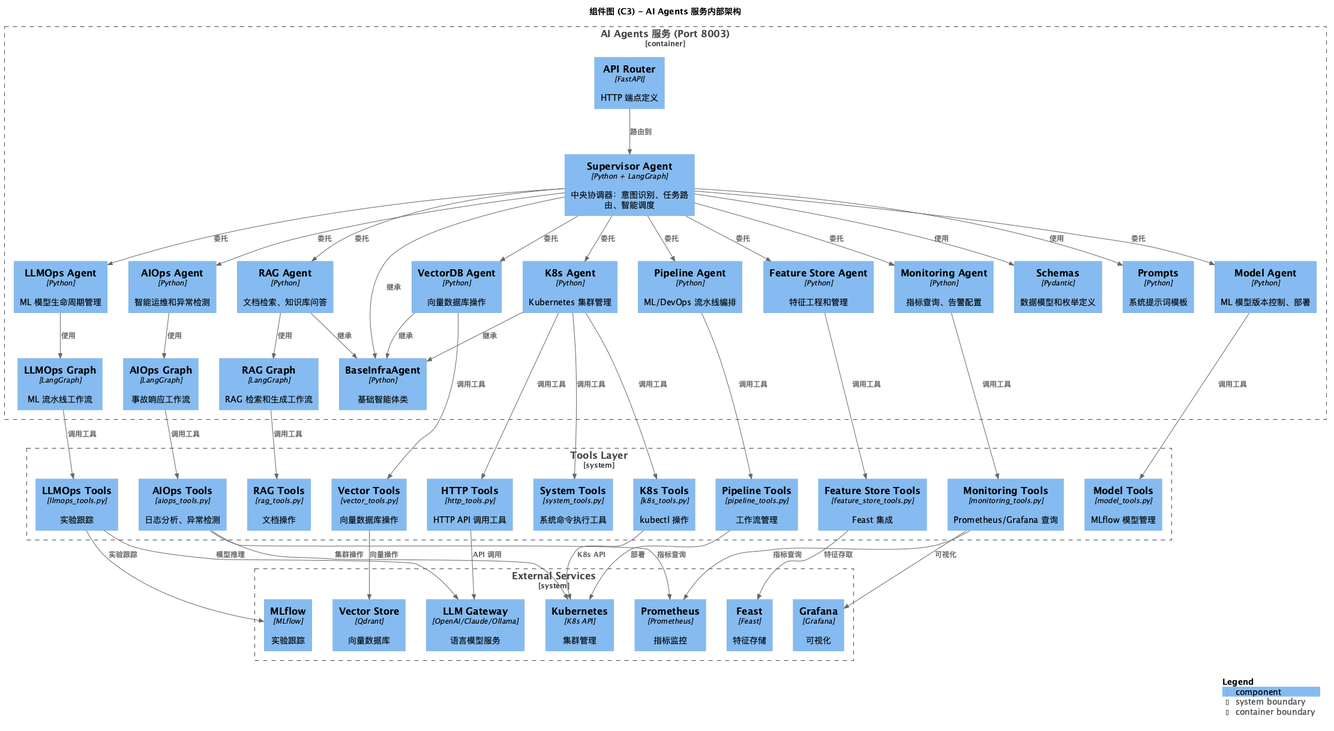
felixzhu97/explore-workspace keeps this PlantUML diagram as ai/docs/c4/png/C4-Component-AI-Agents.png. Above is the earlier version. Its diagram source:
```plantuml
@startuml C4-Component-AI-Agents
!include https://raw.githubusercontent.com/plantuml-stdlib/C4-PlantUML/master/C4_Component.puml

LAYOUT_WITH_LEGEND()

title 组件图 (C3) - AI Agents 服务内部架构

Container_Boundary(ai_agents, "AI Agents 服务 (Port 8003)") {

    Component(supervisor, "Supervisor Agent", "Python + LangGraph", "中央协调器：意图识别、任务路由、智能调度")

    Component(k8s_agent, "K8s Agent", "Python", "Kubernetes 集群管理")
    Component(vectordb_agent, "VectorDB Agent", "Python", "向量数据库操作")
    Component(rag_agent, "RAG Agent", "Python", "文档检索、知识库问答")
    Component(pipeline_agent, "Pipeline Agent", "Python", "ML/DevOps 流水线编排")
    Component(llmops_agent, "LLMOps Agent", "Python", "ML 模型生命周期管理")
    Component(aiops_agent, "AIOps Agent", "Python", "智能运维和异常检测")
    Component(feature_agent, "Feature Store Agent", "Python", "特征工程和管理")
    Component(monitoring_agent, "Monitoring Agent", "Python", "指标查询、告警配置")
    Component(model_agent, "Model Agent", "Python", "ML 模型版本控制、部署")

    Component(rag_graph, "RAG Graph", "LangGraph", "RAG 检索和生成工作流")
    Component(llmops_graph, "LLMOps Graph", "LangGraph", "ML 流水线工作流")
    Component(aiops_graph, "AIOps Graph", "LangGraph", "事故响应工作流")

    Component(schemas, "Schemas", "Pydantic", "数据模型和枚举定义")
    Component(prompts, "Prompts", "Python", "系统提示词模板")
    Component(base, "BaseInfraAgent", "Python", "基础智能体类")

    Component(api_router, "API Router", "FastAPI", "HTTP 端点定义")
}

System_Boundary(tools, "Tools Layer") {
    Component(http_tools, "HTTP Tools", "http_tools.py", "HTTP API 调用工具")
    Component(system_tools, "System Tools", "system_tools.py", "系统命令执行工具")
    Component(k8s_tools, "K8s Tools", "k8s_tools.py", "kubectl 操作")
    Component(vector_tools, "Vector Tools", "vector_tools.py", "向量数据库操作")
    Component(monitoring_tools, "Monitoring Tools", "monitoring_tools.py", "Prometheus/Grafana 查询")
    Component(model_tools, "Model Tools", "model_tools.py", "MLflow 模型管理")
    Component(llmops_tools, "LLMOps Tools", "llmops_tools.py", "实验跟踪")
    Component(aiops_tools, "AIOps Tools", "aiops_tools.py", "日志分析、异常检测")
    Component(rag_tools, "RAG Tools", "rag_tools.py", "文档操作")
    Component(pipeline_tools, "Pipeline Tools", "pipeline_tools.py", "工作流管理")
    Component(feature_tools, "Feature Store Tools", "feature_store_tools.py", "Feast 集成")
}

System_Boundary(external, "External Services") {
    Component(vector_store, "Vector Store", "Qdrant", "向量数据库")
    Component(llm_gateway, "LLM Gateway", "OpenAI/Claude/Ollama", "语言模型服务")
    Component(mlflow, "MLflow", "MLflow", "实验跟踪")
    Component(feast, "Feast", "Feast", "特征存储")
    Component(k8s_cluster, "Kubernetes", "K8s API", "集群管理")
    Component(prometheus, "Prometheus", "Prometheus", "指标监控")
    Component(grafana, "Grafana", "Grafana", "可视化")
}

Rel(supervisor, k8s_agent, "委托")
Rel(supervisor, vectordb_agent, "委托")
Rel(supervisor, rag_agent, "委托")
Rel(supervisor, pipeline_agent, "委托")
Rel(supervisor, llmops_agent, "委托")
Rel(supervisor, aiops_agent, "委托")
Rel(supervisor, feature_agent, "委托")
Rel(supervisor, monitoring_agent, "委托")
Rel(supervisor, model_agent, "委托")

Rel(rag_agent, rag_graph, "使用")
Rel(llmops_agent, llmops_graph, "使用")
Rel(aiops_agent, aiops_graph, "使用")

Rel(rag_graph, rag_tools, "调用工具")
Rel(llmops_graph, llmops_tools, "调用工具")
Rel(aiops_graph, aiops_tools, "调用工具")

Rel(k8s_agent, k8s_tools, "调用工具")
Rel(k8s_agent, system_tools, "调用工具")
Rel(k8s_agent, http_tools, "调用工具")
Rel(vectordb_agent, vector_tools, "调用工具")
Rel(monitoring_agent, monitoring_tools, "调用工具")
Rel(model_agent, model_tools, "调用工具")
Rel(feature_agent, feature_tools, "调用工具")
Rel(pipeline_agent, pipeline_tools, "调用工具")

Rel(http_tools, llm_gateway, "API 调用")
Rel(vector_tools, vector_store, "向量操作")
Rel(llmops_tools, mlflow, "实验跟踪")
Rel(llmops_tools, llm_gateway, "模型推理")
Rel(feature_tools, feast, "特征存取")
Rel(k8s_tools, k8s_cluster, "K8s API")
Rel(monitoring_tools, prometheus, "指标查询")
Rel(monitoring_tools, grafana, "可视化")
Rel(aiops_tools, k8s_cluster, "集群操作")
Rel(aiops_tools, prometheus, "指标查询")
Rel(pipeline_tools, k8s_cluster, "部署")

Rel(supervisor, base, "继承")
Rel(k8s_agent, base, "继承")
Rel(vectordb_agent, base, "继承")
Rel(rag_agent, base, "继承")
Rel(supervisor, schemas, "使用")
Rel(supervisor, prompts, "使用")

Rel(api_router, supervisor, "路由到")
SHOW_LEGEND()
@enduml
```
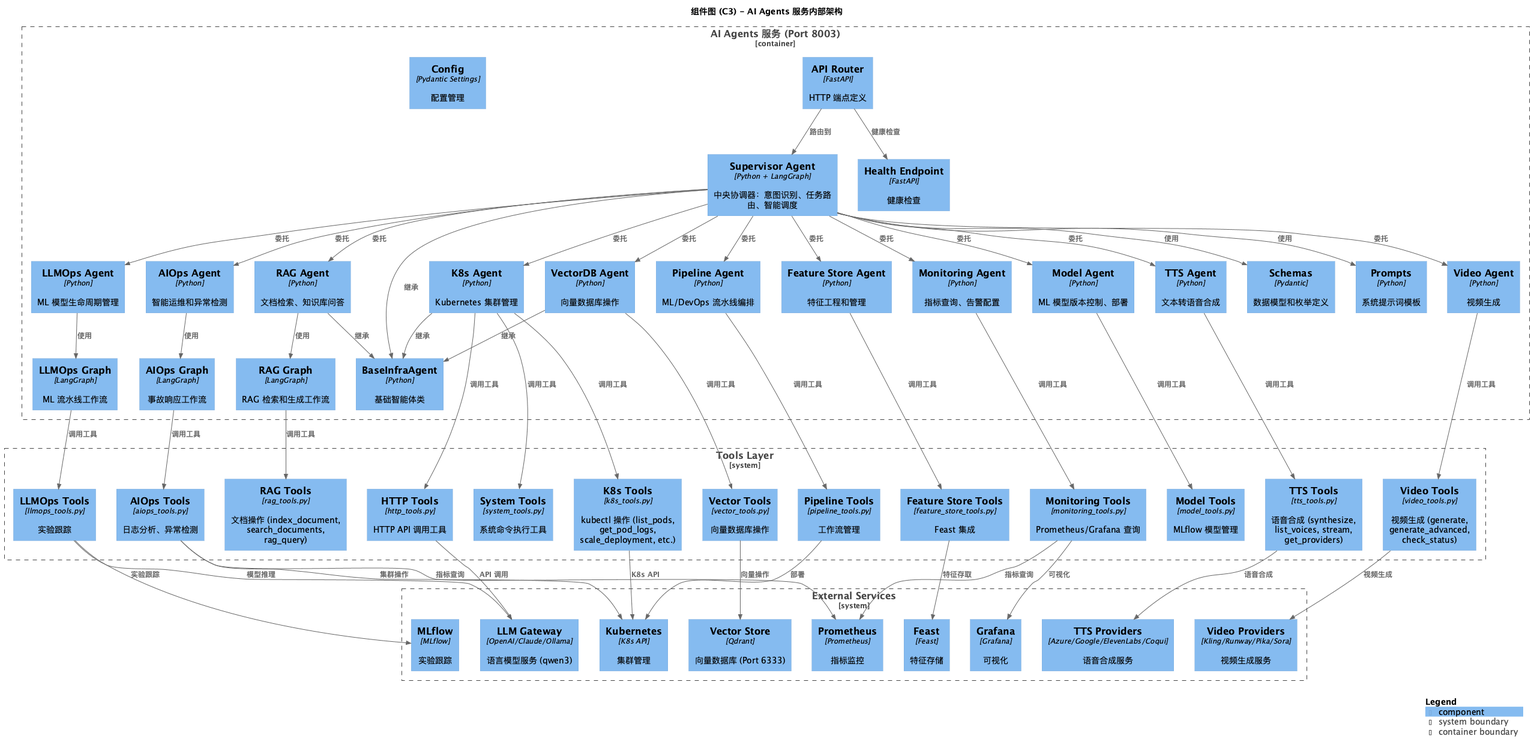
The same diagram one commit later.

Change to the diagram source:
```diff
@@ -18,6 +18,8 @@
     Component(feature_agent, "Feature Store Agent", "Python", "特征工程和管理")
     Component(monitoring_agent, "Monitoring Agent", "Python", "指标查询、告警配置")
     Component(model_agent, "Model Agent", "Python", "ML 模型版本控制、部署")
+    Component(tts_agent, "TTS Agent", "Python", "文本转语音合成")
+    Component(video_agent, "Video Agent", "Python", "视频生成")
 
     Component(rag_graph, "RAG Graph", "LangGraph", "RAG 检索和生成工作流")
     Component(llmops_graph, "LLMOps Graph", "LangGraph", "ML 流水线工作流")
@@ -26,32 +28,38 @@
     Component(schemas, "Schemas", "Pydantic", "数据模型和枚举定义")
     Component(prompts, "Prompts", "Python", "系统提示词模板")
     Component(base, "BaseInfraAgent", "Python", "基础智能体类")
+    Component(config, "Config", "Pydantic Settings", "配置管理")
 
     Component(api_router, "API Router", "FastAPI", "HTTP 端点定义")
+    Component(health, "Health Endpoint", "FastAPI", "健康检查")
 }
 
 System_Boundary(tools, "Tools Layer") {
     Component(http_tools, "HTTP Tools", "http_tools.py", "HTTP API 调用工具")
     Component(system_tools, "System Tools", "system_tools.py", "系统命令执行工具")
-    Component(k8s_tools, "K8s Tools", "k8s_tools.py", "kubectl 操作")
+    Component(k8s_tools, "K8s Tools", "k8s_tools.py", "kubectl 操作 (list_pods, get_pod_logs, scale_deployment, etc.)")
     Component(vector_tools, "Vector Tools", "vector_tools.py", "向量数据库操作")
     Component(monitoring_tools, "Monitoring Tools", "monitoring_tools.py", "Prometheus/Grafana 查询")
     Component(model_tools, "Model Tools", "model_tools.py", "MLflow 模型管理")
     Component(llmops_tools, "LLMOps Tools", "llmops_tools.py", "实验跟踪")
     Component(aiops_tools, "AIOps Tools", "aiops_tools.py", "日志分析、异常检测")
-    Component(rag_tools, "RAG Tools", "rag_tools.py", "文档操作")
+    Component(rag_tools, "RAG Tools", "rag_tools.py", "文档操作 (index_document, search_documents, rag_query)")
     Component(pipeline_tools, "Pipeline Tools", "pipeline_tools.py", "工作流管理")
     Component(feature_tools, "Feature Store Tools", "feature_store_tools.py", "Feast 集成")
+    Component(tts_tools, "TTS Tools", "tts_tools.py", "语音合成 (synthesize, list_voices, stream, get_providers)")
+    Component(video_tools, "Video Tools", "video_tools.py", "视频生成 (generate, generate_advanced, check_status)")
 }
 
 System_Boundary(external, "External Services") {
-    Component(vector_store, "Vector Store", "Qdrant", "向量数据库")
-    Component(llm_gateway, "LLM Gateway", "OpenAI/Claude/Ollama", "语言模型服务")
+    Component(vector_store, "Vector Store", "Qdrant", "向量数据库 (Port 6333)")
+    Component(llm_gateway, "LLM Gateway", "OpenAI/Claude/Ollama", "语言模型服务 (qwen3)")
     Component(mlflow, "MLflow", "MLflow", "实验跟踪")
     Component(feast, "Feast", "Feast", "特征存储")
     Component(k8s_cluster, "Kubernetes", "K8s API", "集群管理")
     Component(prometheus, "Prometheus", "Prometheus", "指标监控")
     Component(grafana, "Grafana", "Grafana", "可视化")
+    Component(tts_providers, "TTS Providers", "Azure/Google/ElevenLabs/Coqui", "语音合成服务")
+    Component(video_providers, "Video Providers", "Kling/Runway/Pika/Sora", "视频生成服务")
 }
 
 Rel(supervisor, k8s_agent, "委托")
@@ -63,6 +71,8 @@
 Rel(supervisor, feature_agent, "委托")
 Rel(supervisor, monitoring_agent, "委托")
 Rel(supervisor, model_agent, "委托")
+Rel(supervisor, tts_agent, "委托")
+Rel(supervisor, video_agent, "委托")
 
 Rel(rag_agent, rag_graph, "使用")
 Rel(llmops_agent, llmops_graph, "使用")
@@ -80,6 +90,8 @@
 Rel(model_agent, model_tools, "调用工具")
 Rel(feature_agent, feature_tools, "调用工具")
 Rel(pipeline_agent, pipeline_tools, "调用工具")
+Rel(tts_agent, tts_tools, "调用工具")
+Rel(video_agent, video_tools, "调用工具")
 
 Rel(http_tools, llm_gateway, "API 调用")
 Rel(vector_tools, vector_store, "向量操作")
@@ -92,6 +104,8 @@
 Rel(aiops_tools, k8s_cluster, "集群操作")
 Rel(aiops_tools, prometheus, "指标查询")
 Rel(pipeline_tools, k8s_cluster, "部署")
+Rel(tts_tools, tts_providers, "语音合成")
+Rel(video_tools, video_providers, "视频生成")
 
 Rel(supervisor, base, "继承")
 Rel(k8s_agent, base, "继承")
@@ -101,5 +115,6 @@
 Rel(supervisor, prompts, "使用")
 
 Rel(api_router, supervisor, "路由到")
+Rel(api_router, health, "健康检查")
 SHOW_LEGEND()
 @enduml
```
